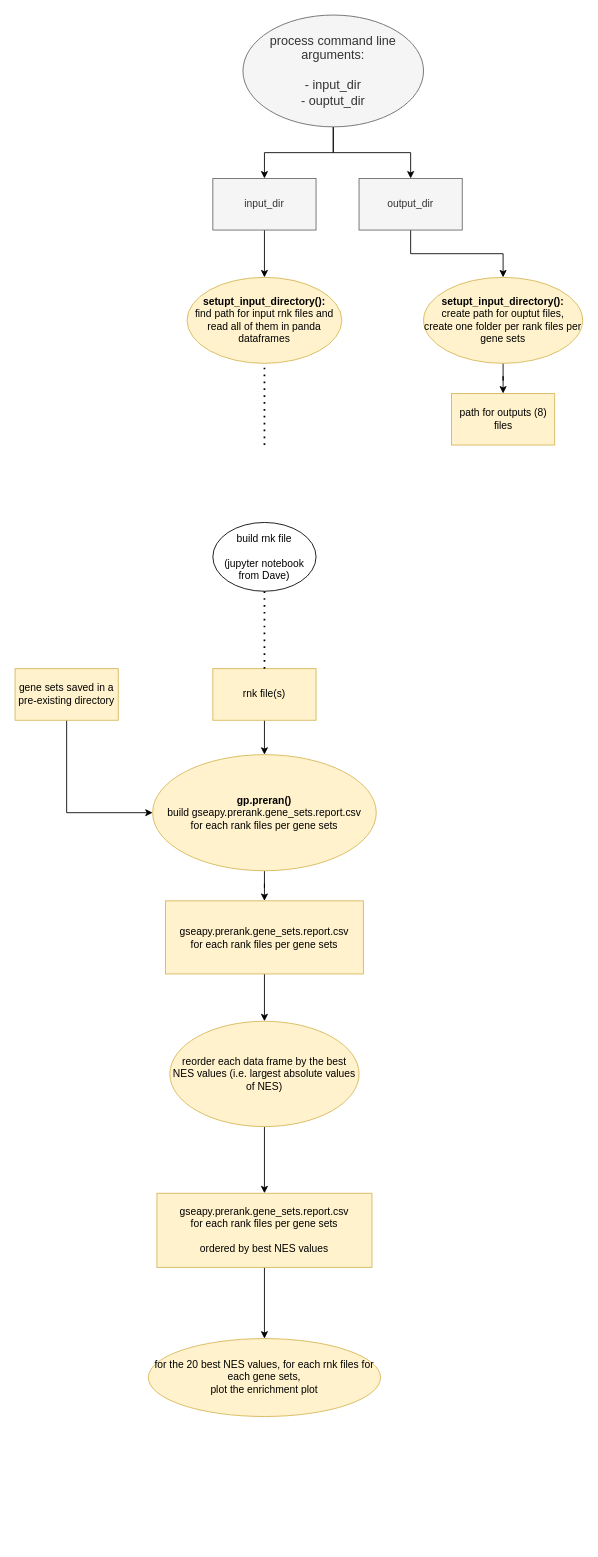
This is Gseapy Data flow diagram.drawio from FoghornTherapeutics/GSEApy, a draw.io file, before an edit. Source tidied: cells renumbered, new cells numbered last; positions are measured from the earlier drawing's top-left corner, leaving out a move shared by most shapes. Both pictures are drawn from the tidied source at 86%, with x=0, y=0 at pixel (15, 15).
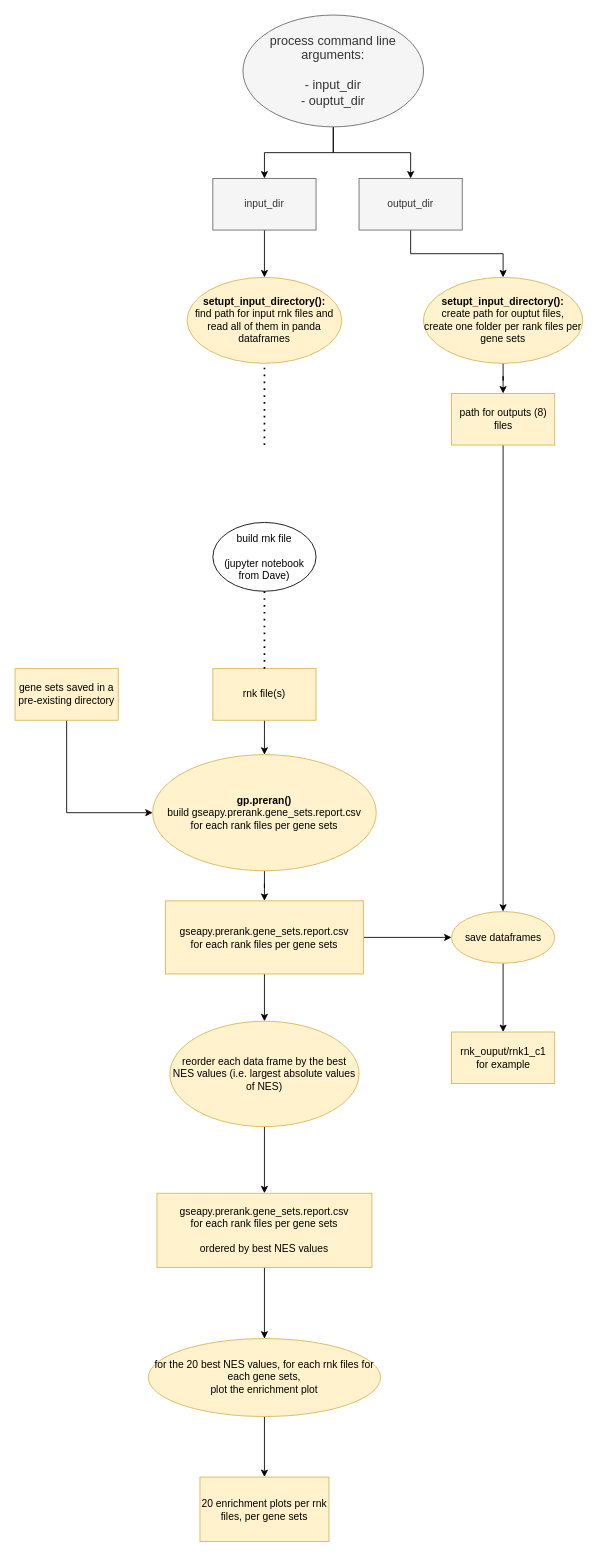
After the change.

The change refers to these unchanged cells:
```xml
<mxCell id="2" value="path for outputs (8) files" style="rounded=0;whiteSpace=wrap;html=1;fillColor=#fff2cc;strokeColor=#d6b656;" parent="1" vertex="1">
  <mxGeometry x="507.5" y="440" width="120" height="60" as="geometry" />
</mxCell>
<mxCell id="14" value="gseapy.prerank.gene_sets.report.csv&lt;br&gt;for each rank files per gene sets" style="whiteSpace=wrap;html=1;rounded=0;strokeColor=#d6b656;fillColor=#fff2cc;" parent="1" vertex="1">
  <mxGeometry x="175" y="1030" width="230" height="85" as="geometry" />
</mxCell>
<mxCell id="28" value="for the 20 best NES values, for each rnk files for each gene sets,&lt;br&gt;plot the enrichment plot" style="ellipse;whiteSpace=wrap;html=1;rounded=0;strokeColor=#d6b656;fillColor=#fff2cc;" parent="1" vertex="1">
  <mxGeometry x="155" y="1539" width="270" height="90.6" as="geometry" />
</mxCell>
```

What changed in the source:
```diff
@@
+    <mxCell id="29" style="edgeStyle=orthogonalEdgeStyle;rounded=0;jettySize=auto;html=1;" parent="1" edge="1" source="2" target="34">
+      <mxGeometry relative="1" as="geometry" />
+    </mxCell>
@@
+    <mxCell id="30" style="edgeStyle=orthogonalEdgeStyle;rounded=0;jettySize=auto;html=1;" parent="1" edge="1" source="14" target="34">
+      <mxGeometry relative="1" as="geometry" />
+    </mxCell>
@@
+    <mxCell id="31" style="edgeStyle=orthogonalEdgeStyle;rounded=0;jettySize=auto;html=1;" parent="1" edge="1" source="28" target="32">
+      <mxGeometry relative="1" as="geometry" />
+    </mxCell>
@@
+    <mxCell id="32" value="20 enrichment plots per rnk files, per gene sets" style="whiteSpace=wrap;html=1;rounded=0;strokeColor=#d6b656;fillColor=#fff2cc;" parent="1" vertex="1">
+      <mxGeometry x="215" y="1700" width="150" height="75" as="geometry" />
+    </mxCell>
+    <mxCell id="33" style="edgeStyle=orthogonalEdgeStyle;rounded=0;jettySize=auto;html=1;" parent="1" edge="1" source="34" target="35">
+      <mxGeometry relative="1" as="geometry" />
+    </mxCell>
+    <mxCell id="34" value="save dataframes" style="ellipse;whiteSpace=wrap;html=1;rounded=0;strokeColor=#d6b656;fillColor=#fff2cc;" parent="1" vertex="1">
+      <mxGeometry x="507.5" y="1042.5" width="120" height="60" as="geometry" />
+    </mxCell>
+    <mxCell id="35" value="rnk_ouput/rnk1_c1&lt;br&gt;for example" style="whiteSpace=wrap;html=1;rounded=0;strokeColor=#d6b656;fillColor=#fff2cc;" parent="1" vertex="1">
+      <mxGeometry x="507.5" y="1182.5" width="120" height="60" as="geometry" />
+    </mxCell>
```
